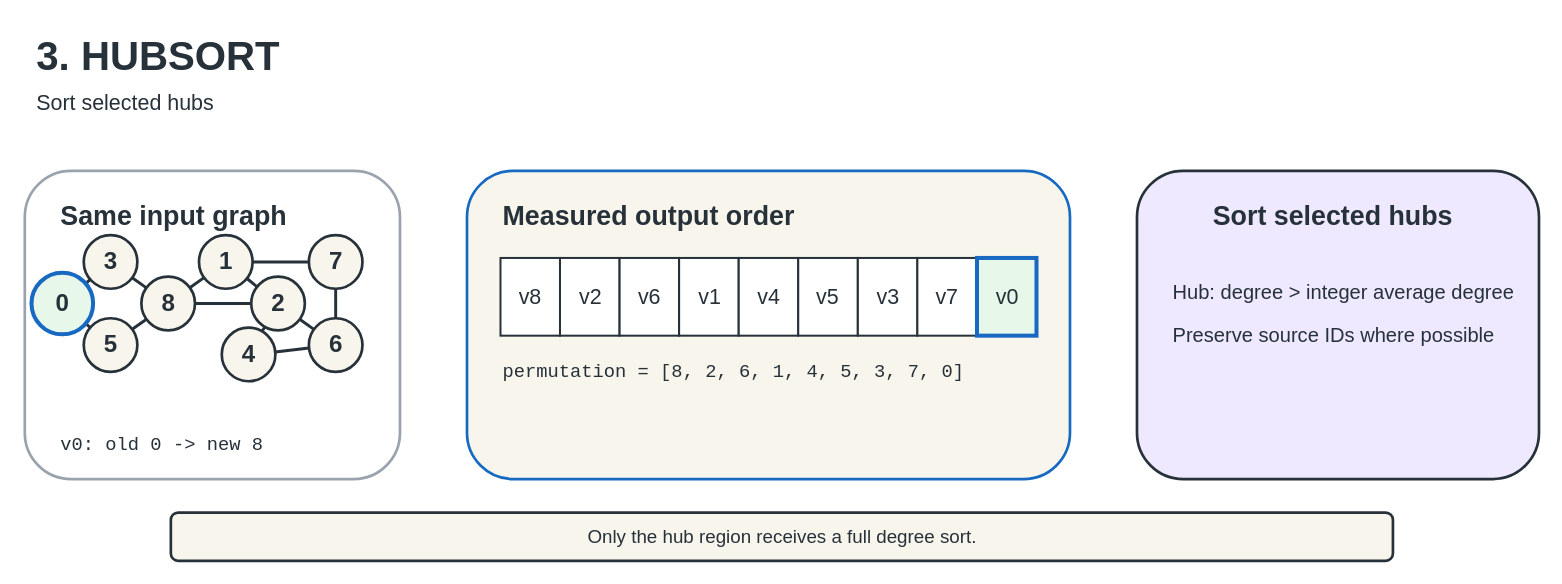
This is page "HUBSORT" (5 of 18) of docs/figures/editable/GraphBrew-reordering-figures.drawio from UVA-LavaLab/GraphBrew, a draw.io file, before an edit. Source tidied: cells renumbered, new cells numbered last; positions are measured from the earlier drawing's top-left corner, leaving out a move shared by most shapes. Both pictures are drawn from the tidied source at 134%, with x=0, y=0 at pixel (24, 23).
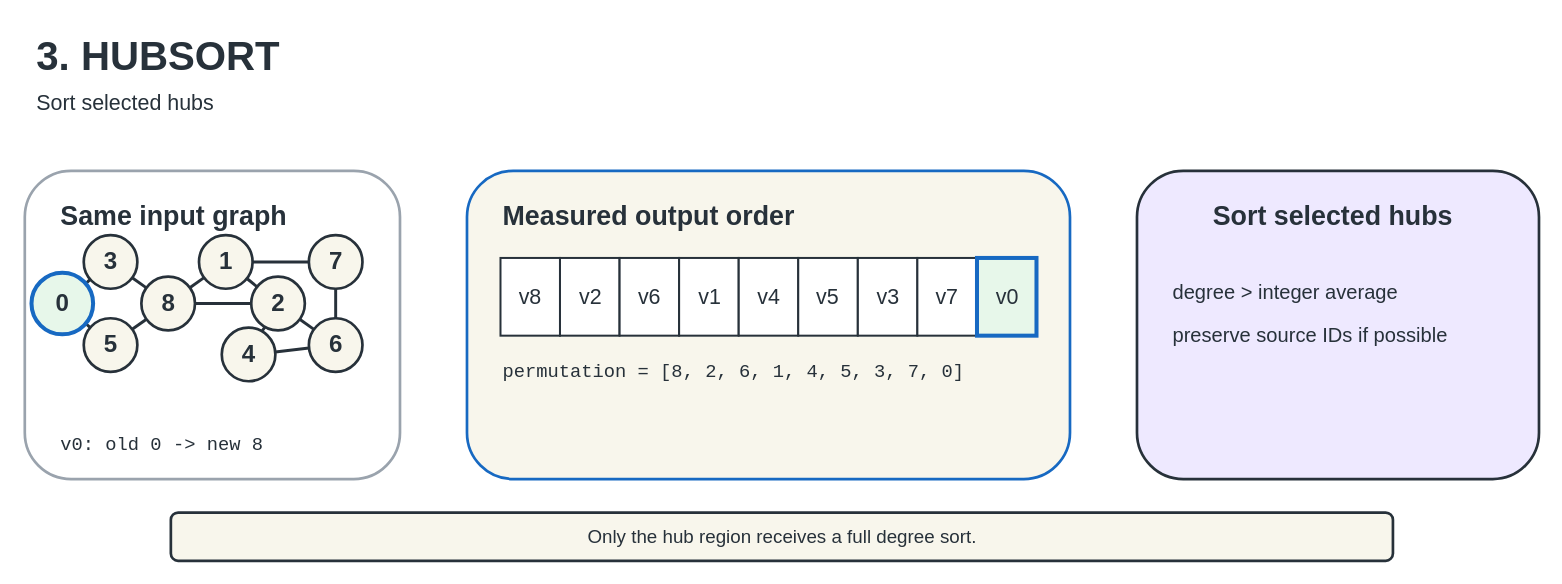
The same diagram, later.

The edit, as a diff of the source:
```diff
@@
-    <mxCell id="43" value="Hub: degree &gt; integer average degree" style="text;html=1;strokeColor=none;fillColor=none;fontSize=15;fontColor=#27313A;" parent="1" vertex="1">
+    <mxCell id="43" value="degree &gt; integer average" style="text;html=1;strokeColor=none;fillColor=none;fontSize=15;fontColor=#27313A;" parent="1" vertex="1">
       <mxGeometry x="855" y="185" width="250" height="28" as="geometry" />
     </mxCell>
-    <mxCell id="44" value="Preserve source IDs where possible" style="text;html=1;strokeColor=none;fillColor=none;fontSize=15;fontColor=#27313A;" parent="1" vertex="1">
+    <mxCell id="44" value="preserve source IDs if possible" style="text;html=1;strokeColor=none;fillColor=none;fontSize=15;fontColor=#27313A;" parent="1" vertex="1">
       <mxGeometry x="855" y="217" width="250" height="28" as="geometry" />
     </mxCell>
```
